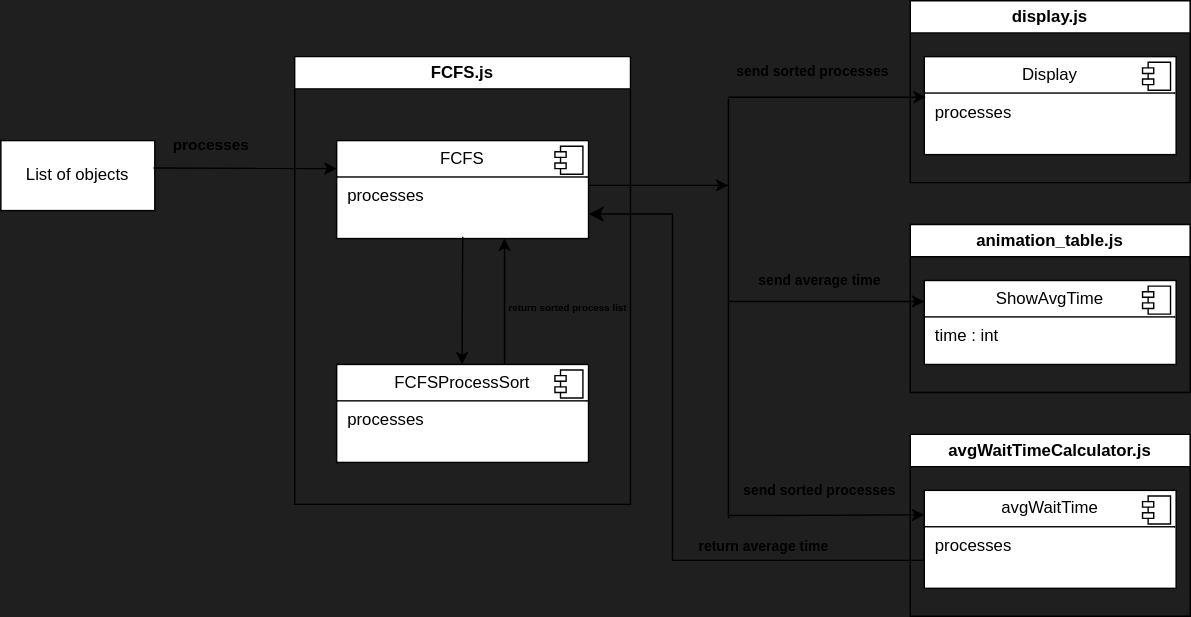
AmirShakibafar/OS-Visualizer keeps this draw.io diagram as docs/Design/Diagrams/FCFS.drawio.svg. Above is the earlier version. Source tidied: cells renumbered, new cells last; positions are measured from the earlier drawing's top-left corner, leaving out a move shared by most shapes.
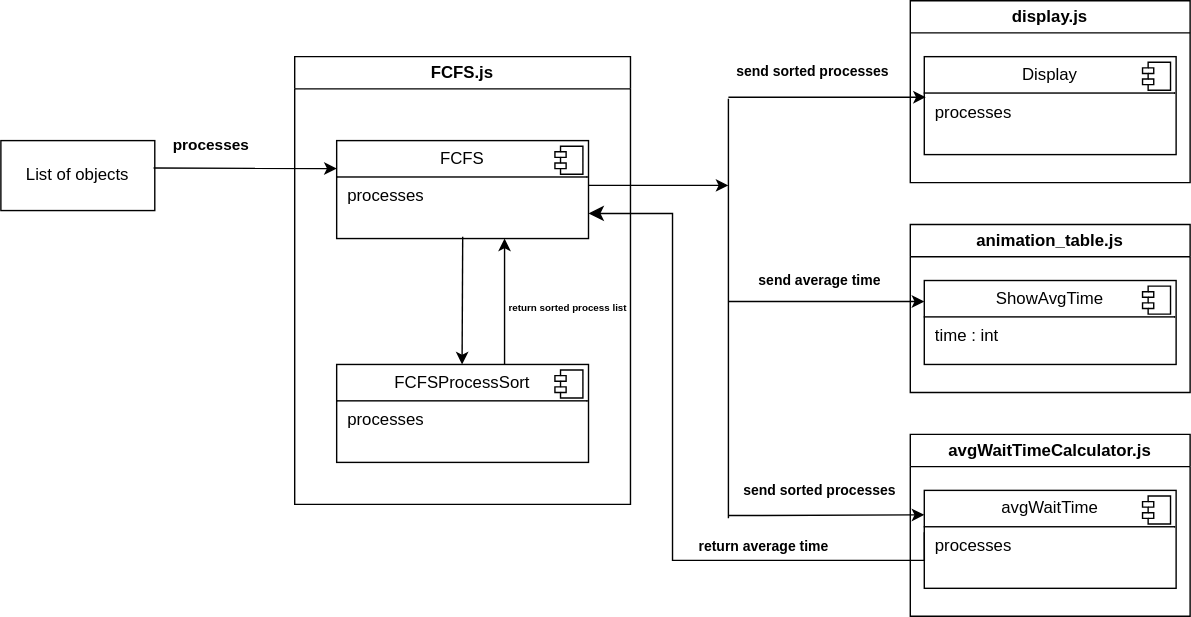
After the change.

What changed in the source:
```diff
@@ -1,9 +1,9 @@
-<mxGraphModel background="#1f1f1f">
+<mxGraphModel>
   <root>
     <mxCell id="0" />
     <mxCell id="1" value="backgroun color" parent="0" />
     <mxCell id="2" parent="0" />
-    <mxCell id="3" value="List of objects" style="html=1;whiteSpace=wrap;" parent="2" vertex="1">
+    <mxCell id="3" value="List of objects" style="html=1;whiteSpace=wrap;fillColor=none;" parent="2" vertex="1">
       <mxGeometry y="100" width="110" height="50" as="geometry" />
     </mxCell>
     <mxCell id="4" style="endArrow=classic;html=1;rounded=0;exitX=0.992;exitY=0.392;exitDx=0;exitDy=0;exitPerimeter=0;" parent="2" edge="1" source="3">
@@ -14,7 +14,7 @@
     <mxCell id="5" style="group;" parent="2" vertex="1">
       <mxGeometry x="650" width="200" height="130" as="geometry" />
     </mxCell>
-    <mxCell id="6" value="&lt;p style=&quot;margin:0px;margin-top:6px;text-align:center;&quot;&gt;Display&lt;/p&gt;&lt;hr size=&quot;1&quot; style=&quot;border-style:solid;&quot;&gt;&lt;p style=&quot;margin:0px;margin-left:8px;&quot;&gt;processes&lt;/p&gt;" style="align=left;overflow=fill;html=1;whiteSpace=wrap;" parent="5" vertex="1">
+    <mxCell id="6" value="&lt;p style=&quot;margin:0px;margin-top:6px;text-align:center;&quot;&gt;Display&lt;/p&gt;&lt;hr size=&quot;1&quot; style=&quot;border-style:solid;&quot;&gt;&lt;p style=&quot;margin:0px;margin-left:8px;&quot;&gt;processes&lt;/p&gt;" style="align=left;overflow=fill;html=1;whiteSpace=wrap;fillColor=none;" parent="5" vertex="1">
       <mxGeometry x="10" y="40" width="180" height="70" as="geometry" />
     </mxCell>
     <mxCell id="7" style="shape=component;jettyWidth=8;jettyHeight=4;" parent="6" vertex="1">
@@ -22,29 +22,29 @@
         <mxPoint x="-24" y="4" as="offset" />
       </mxGeometry>
     </mxCell>
-    <mxCell id="8" value="display.js" style="swimlane;whiteSpace=wrap;html=1;" parent="5" vertex="1">
+    <mxCell id="8" value="display.js" style="swimlane;whiteSpace=wrap;html=1;fillColor=none;" parent="5" vertex="1">
       <mxGeometry width="200" height="130" as="geometry" />
     </mxCell>
     <mxCell id="9" style="group;" parent="2" vertex="1">
       <mxGeometry x="210" y="40" width="240" height="320" as="geometry" />
     </mxCell>
-    <mxCell id="10" value="&lt;p style=&quot;margin:0px;margin-top:6px;text-align:center;&quot;&gt;FCFS&lt;/p&gt;&lt;hr size=&quot;1&quot; style=&quot;border-style:solid;&quot;&gt;&lt;p style=&quot;margin:0px;margin-left:8px;&quot;&gt;processes&lt;/p&gt;" style="align=left;overflow=fill;html=1;whiteSpace=wrap;" parent="9" vertex="1">
+    <mxCell id="10" value="&lt;p style=&quot;margin:0px;margin-top:6px;text-align:center;&quot;&gt;FCFS&lt;/p&gt;&lt;hr size=&quot;1&quot; style=&quot;border-style:solid;&quot;&gt;&lt;p style=&quot;margin:0px;margin-left:8px;&quot;&gt;processes&lt;/p&gt;" style="align=left;overflow=fill;html=1;whiteSpace=wrap;fillColor=none;" parent="9" vertex="1">
       <mxGeometry x="30" y="60" width="180" height="70" as="geometry" />
     </mxCell>
-    <mxCell id="11" style="shape=component;jettyWidth=8;jettyHeight=4;" parent="10" vertex="1">
+    <mxCell id="11" style="shape=component;jettyWidth=8;jettyHeight=4;fillColor=none;" parent="10" vertex="1">
       <mxGeometry x="1" width="20" height="20" relative="1" as="geometry">
         <mxPoint x="-24" y="4" as="offset" />
       </mxGeometry>
     </mxCell>
-    <mxCell id="12" value="&lt;p style=&quot;margin:0px;margin-top:6px;text-align:center;&quot;&gt;FCFSProcessSort&lt;/p&gt;&lt;hr size=&quot;1&quot; style=&quot;border-style:solid;&quot;&gt;&lt;p style=&quot;margin:0px;margin-left:8px;&quot;&gt;processes&lt;/p&gt;" style="align=left;overflow=fill;html=1;whiteSpace=wrap;" parent="9" vertex="1">
+    <mxCell id="12" value="&lt;p style=&quot;margin:0px;margin-top:6px;text-align:center;&quot;&gt;FCFSProcessSort&lt;/p&gt;&lt;hr size=&quot;1&quot; style=&quot;border-style:solid;&quot;&gt;&lt;p style=&quot;margin:0px;margin-left:8px;&quot;&gt;processes&lt;/p&gt;" style="align=left;overflow=fill;html=1;whiteSpace=wrap;fillColor=none;" parent="9" vertex="1">
       <mxGeometry x="30" y="220" width="180" height="70" as="geometry" />
     </mxCell>
-    <mxCell id="13" style="shape=component;jettyWidth=8;jettyHeight=4;" parent="12" vertex="1">
+    <mxCell id="13" style="shape=component;jettyWidth=8;jettyHeight=4;fillColor=none;" parent="12" vertex="1">
       <mxGeometry x="1" width="20" height="20" relative="1" as="geometry">
         <mxPoint x="-24" y="4" as="offset" />
       </mxGeometry>
     </mxCell>
-    <mxCell id="14" value="FCFS.js" style="swimlane;whiteSpace=wrap;html=1;" parent="9" vertex="1">
+    <mxCell id="14" value="FCFS.js" style="swimlane;whiteSpace=wrap;html=1;fillColor=none;" parent="9" vertex="1">
       <mxGeometry width="240" height="320" as="geometry" />
     </mxCell>
     <mxCell id="15" style="endArrow=classic;html=1;rounded=0;entryX=0.442;entryY=0.018;entryDx=0;entryDy=0;entryPerimeter=0;" parent="14" edge="1">
@@ -81,13 +81,13 @@
     <mxCell id="21" style="group;" parent="2" vertex="1">
       <mxGeometry x="650" y="160" width="200" height="120" as="geometry" />
     </mxCell>
-    <mxCell id="22" value="animation_table.js" style="swimlane;whiteSpace=wrap;html=1;" parent="21" vertex="1">
+    <mxCell id="22" value="animation_table.js" style="swimlane;whiteSpace=wrap;html=1;fillColor=none;" parent="21" vertex="1">
       <mxGeometry width="200" height="120" as="geometry" />
     </mxCell>
-    <mxCell id="23" value="&lt;p style=&quot;margin:0px;margin-top:6px;text-align:center;&quot;&gt;ShowAvgTime&lt;/p&gt;&lt;hr size=&quot;1&quot; style=&quot;border-style:solid;&quot;&gt;&lt;p style=&quot;margin:0px;margin-left:8px;&quot;&gt;time : int&lt;/p&gt;" style="align=left;overflow=fill;html=1;whiteSpace=wrap;" parent="22" vertex="1">
+    <mxCell id="23" value="&lt;p style=&quot;margin:0px;margin-top:6px;text-align:center;&quot;&gt;ShowAvgTime&lt;/p&gt;&lt;hr size=&quot;1&quot; style=&quot;border-style:solid;&quot;&gt;&lt;p style=&quot;margin:0px;margin-left:8px;&quot;&gt;time : int&lt;/p&gt;" style="align=left;overflow=fill;html=1;whiteSpace=wrap;fillColor=none;" parent="22" vertex="1">
       <mxGeometry x="10" y="40" width="180" height="60" as="geometry" />
     </mxCell>
-    <mxCell id="24" style="shape=component;jettyWidth=8;jettyHeight=4;" parent="23" vertex="1">
+    <mxCell id="24" style="shape=component;jettyWidth=8;jettyHeight=4;fillColor=none;" parent="23" vertex="1">
       <mxGeometry x="1" width="20" height="20" relative="1" as="geometry">
         <mxPoint x="-24" y="4" as="offset" />
       </mxGeometry>
@@ -95,15 +95,15 @@
     <mxCell id="25" style="group;" parent="2" vertex="1">
       <mxGeometry x="650" y="310" width="200" height="130" as="geometry" />
     </mxCell>
-    <mxCell id="26" value="&lt;p style=&quot;margin:0px;margin-top:6px;text-align:center;&quot;&gt;avgWaitTime&lt;/p&gt;&lt;hr size=&quot;1&quot; style=&quot;border-style:solid;&quot;&gt;&lt;p style=&quot;margin:0px;margin-left:8px;&quot;&gt;processes&lt;/p&gt;" style="align=left;overflow=fill;html=1;whiteSpace=wrap;" parent="25" vertex="1">
+    <mxCell id="26" value="&lt;p style=&quot;margin:0px;margin-top:6px;text-align:center;&quot;&gt;avgWaitTime&lt;/p&gt;&lt;hr size=&quot;1&quot; style=&quot;border-style:solid;&quot;&gt;&lt;p style=&quot;margin:0px;margin-left:8px;&quot;&gt;processes&lt;/p&gt;" style="align=left;overflow=fill;html=1;whiteSpace=wrap;fillColor=none;" parent="25" vertex="1">
       <mxGeometry x="10" y="40" width="180" height="70" as="geometry" />
     </mxCell>
-    <mxCell id="27" style="shape=component;jettyWidth=8;jettyHeight=4;" parent="26" vertex="1">
+    <mxCell id="27" style="shape=component;jettyWidth=8;jettyHeight=4;fillColor=none;" parent="26" vertex="1">
       <mxGeometry x="1" width="20" height="20" relative="1" as="geometry">
         <mxPoint x="-24" y="4" as="offset" />
       </mxGeometry>
     </mxCell>
-    <mxCell id="28" value="avgWaitTimeCalculator.js" style="swimlane;whiteSpace=wrap;html=1;" parent="25" vertex="1">
+    <mxCell id="28" value="avgWaitTimeCalculator.js" style="swimlane;whiteSpace=wrap;html=1;fillColor=none;" parent="25" vertex="1">
       <mxGeometry width="200" height="130" as="geometry" />
     </mxCell>
     <mxCell id="29" style="endArrow=classic;html=1;rounded=0;entryX=0;entryY=0.25;entryDx=0;entryDy=0;" parent="2" edge="1" target="26">
```
